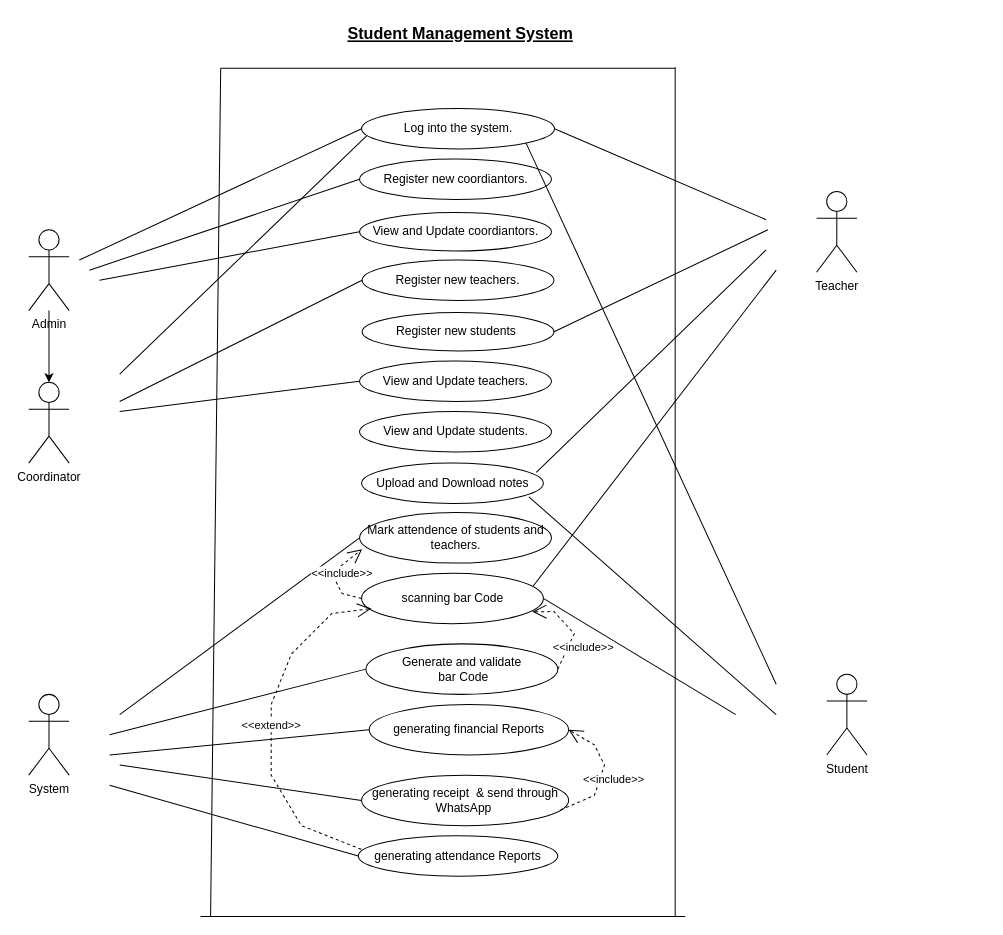
Before: UseCase.drawio in Dulara-Akalanka/Group-Software-Project, a draw.io diagram. Source tidied: cells renumbered, new cells numbered last; positions are measured from the earlier drawing's top-left corner, leaving out a move shared by most shapes. Both pictures are drawn from the tidied source at 101%, with x=0, y=0 at pixel (28, 17).
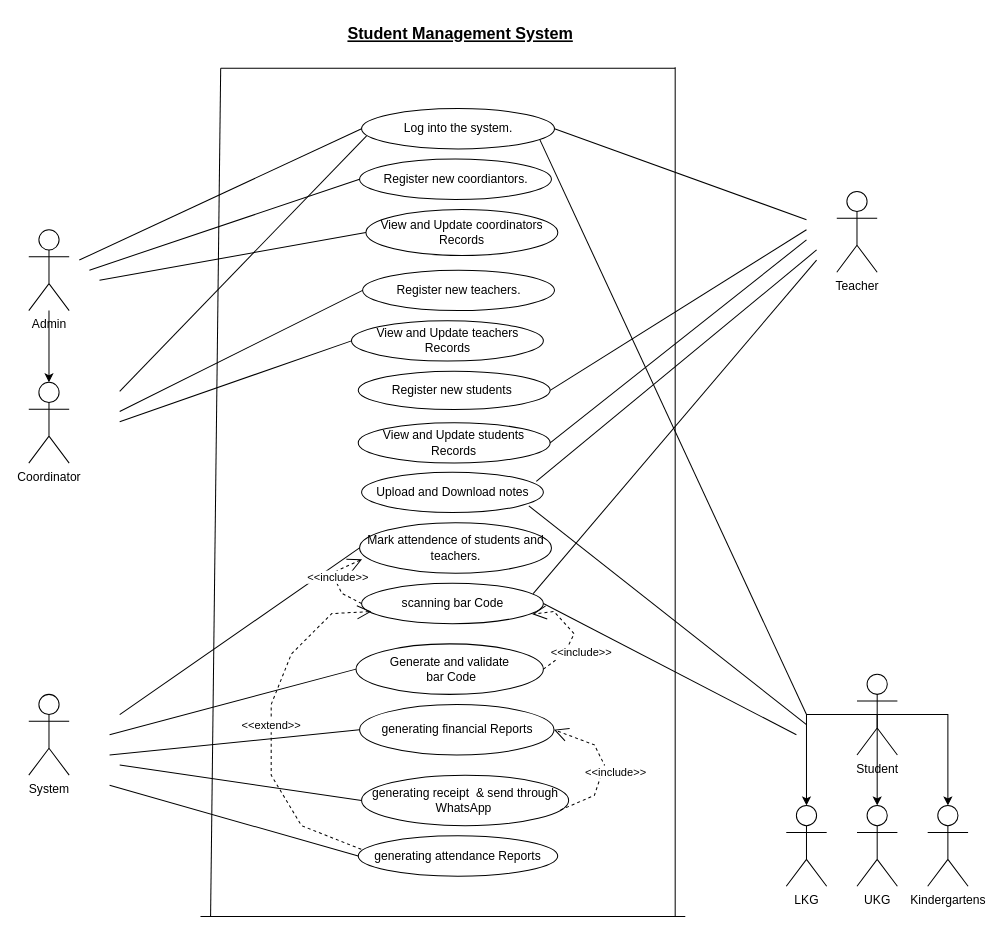
The same page after the edit.

Unchanged cells that the change refers to:
```xml
<mxCell id="11" value="Log into the system." style="ellipse;whiteSpace=wrap;html=1;" parent="1" vertex="1">
  <mxGeometry x="329.5" y="90" width="191" height="40" as="geometry" />
</mxCell>
```

What changed in the source:
```diff
@@
     <mxCell id="2" value="Teacher" style="shape=umlActor;verticalLabelPosition=bottom;verticalAlign=top;html=1;" parent="1" vertex="1">
-      <mxGeometry x="780" y="172" width="40" height="80" as="geometry" />
+      <mxGeometry x="800" y="172" width="40" height="80" as="geometry" />
     </mxCell>
     <mxCell id="3" value="scanning bar Code" style="ellipse;whiteSpace=wrap;html=1;" parent="1" vertex="1">
-      <mxGeometry x="329.5" y="550" width="180" height="50" as="geometry" />
+      <mxGeometry x="329.5" y="560" width="180" height="40" as="geometry" />
     </mxCell>
     <mxCell id="4" value="Generate and validate&lt;br&gt;&amp;nbsp;bar Code" style="ellipse;whiteSpace=wrap;html=1;" parent="1" vertex="1">
-      <mxGeometry x="333.8" y="620" width="190" height="50" as="geometry" />
+      <mxGeometry x="324" y="620" width="185.5" height="50" as="geometry" />
     </mxCell>
@@
     <mxCell id="9" style="endArrow=none;html=1;rounded=0;exitX=1;exitY=0.5;exitDx=0;exitDy=0;" parent="1" edge="1" source="3">
       <mxGeometry relative="1" as="geometry">
-        <mxPoint x="700" y="690" as="targetPoint" />
+        <mxPoint x="760" y="710" as="targetPoint" />
       </mxGeometry>
     </mxCell>
+    <mxCell id="49" style="edgeStyle=orthogonalEdgeStyle;rounded=0;jettySize=auto;html=1;exitX=0.5;exitY=0.5;exitDx=0;exitDy=0;exitPerimeter=0;" parent="1" edge="1" source="10" target="53">
+      <mxGeometry relative="1" as="geometry">
+        <Array as="points">
+          <mxPoint x="910" y="690" />
+        </Array>
+      </mxGeometry>
+    </mxCell>
+    <mxCell id="50" style="edgeStyle=orthogonalEdgeStyle;rounded=0;jettySize=auto;html=1;exitX=0.5;exitY=0.5;exitDx=0;exitDy=0;exitPerimeter=0;" parent="1" edge="1" source="10" target="54">
+      <mxGeometry relative="1" as="geometry">
+        <Array as="points">
+          <mxPoint x="770" y="690" />
+        </Array>
+      </mxGeometry>
+    </mxCell>
+    <mxCell id="51" style="edgeStyle=orthogonalEdgeStyle;rounded=0;jettySize=auto;html=1;exitX=0.5;exitY=0.5;exitDx=0;exitDy=0;exitPerimeter=0;" parent="1" edge="1" source="10" target="55">
+      <mxGeometry relative="1" as="geometry" />
+    </mxCell>
     <mxCell id="10" value="Student" style="shape=umlActor;verticalLabelPosition=bottom;verticalAlign=top;html=1;" parent="1" vertex="1">
-      <mxGeometry x="790" y="650" width="40" height="80" as="geometry" />
+      <mxGeometry x="820" y="650" width="40" height="80" as="geometry" />
     </mxCell>
@@
     <mxCell id="12" value="Register new teachers." style="ellipse;whiteSpace=wrap;html=1;" parent="1" vertex="1">
-      <mxGeometry x="330" y="240" width="190" height="40" as="geometry" />
+      <mxGeometry x="330.5" y="250" width="190" height="40" as="geometry" />
     </mxCell>
     <mxCell id="13" value="Mark attendence of students and teachers." style="ellipse;whiteSpace=wrap;html=1;" parent="1" vertex="1">
-      <mxGeometry x="327.5" y="490" width="190" height="50" as="geometry" />
+      <mxGeometry x="327.5" y="500" width="190" height="50" as="geometry" />
     </mxCell>
-    <mxCell id="14" value="View and Update teachers." style="ellipse;whiteSpace=wrap;html=1;" parent="1" vertex="1">
-      <mxGeometry x="327.5" y="340" width="190" height="40" as="geometry" />
+    <mxCell id="14" value="View and Update teachers Records" style="ellipse;whiteSpace=wrap;html=1;" parent="1" vertex="1">
+      <mxGeometry x="319.5" y="300" width="190" height="40" as="geometry" />
     </mxCell>
@@
     <mxCell id="16" style="endArrow=none;html=1;rounded=0;entryX=0;entryY=0.5;entryDx=0;entryDy=0;" parent="1" edge="1" target="12">
       <mxGeometry relative="1" as="geometry">
-        <mxPoint x="90" y="380" as="sourcePoint" />
+        <mxPoint x="90" y="390" as="sourcePoint" />
       </mxGeometry>
     </mxCell>
@@
     <mxCell id="18" style="endArrow=none;html=1;rounded=0;entryX=0;entryY=0.5;entryDx=0;entryDy=0;" parent="1" edge="1" target="14">
       <mxGeometry relative="1" as="geometry">
-        <mxPoint x="90" y="390" as="sourcePoint" />
+        <mxPoint x="90" y="400" as="sourcePoint" />
       </mxGeometry>
     </mxCell>
     <mxCell id="19" style="endArrow=none;html=1;rounded=0;exitX=0.944;exitY=0.255;exitDx=0;exitDy=0;exitPerimeter=0;" parent="1" edge="1" source="3">
       <mxGeometry relative="1" as="geometry">
-        <mxPoint x="740" y="250" as="targetPoint" />
+        <mxPoint x="780" y="240" as="targetPoint" />
       </mxGeometry>
     </mxCell>
@@
     <mxCell id="28" value="&amp;lt;&amp;lt;include&amp;gt;&amp;gt;" style="endArrow=open;endSize=12;dashed=1;html=1;rounded=0;exitX=1;exitY=0.5;exitDx=0;exitDy=0;entryX=0.939;entryY=0.765;entryDx=0;entryDy=0;entryPerimeter=0;" parent="1" edge="1" source="4" target="3">
       <mxGeometry x="-0.24" y="-10" relative="1" as="geometry">
         <Array as="points">
+          <mxPoint x="530" y="630" />
           <mxPoint x="540" y="610" />
           <mxPoint x="520" y="588" />
         </Array>
         <mxPoint x="2" y="6" as="offset" />
       </mxGeometry>
     </mxCell>
@@
-    <mxCell id="33" value="View and Update coordiantors." style="ellipse;whiteSpace=wrap;html=1;" parent="1" vertex="1">
-      <mxGeometry x="327.5" y="193" width="190" height="38" as="geometry" />
+    <mxCell id="33" value="View and Update coordinators Records" style="ellipse;whiteSpace=wrap;html=1;" parent="1" vertex="1">
+      <mxGeometry x="333.8" y="190" width="190" height="45.5" as="geometry" />
     </mxCell>
@@
     <mxCell id="35" style="endArrow=none;html=1;rounded=0;entryX=0.026;entryY=0.675;entryDx=0;entryDy=0;entryPerimeter=0;" parent="1" edge="1" target="11">
       <mxGeometry relative="1" as="geometry">
-        <mxPoint x="90" y="353" as="sourcePoint" />
+        <mxPoint x="90" y="370" as="sourcePoint" />
       </mxGeometry>
     </mxCell>
@@
     <mxCell id="39" style="endArrow=none;html=1;rounded=0;exitX=1;exitY=0.5;exitDx=0;exitDy=0;" parent="1" edge="1" source="11">
       <mxGeometry relative="1" as="geometry">
-        <mxPoint x="730" y="200" as="targetPoint" />
+        <mxPoint x="770" y="200" as="targetPoint" />
       </mxGeometry>
     </mxCell>
     <mxCell id="40" value="generating financial Reports" style="ellipse;whiteSpace=wrap;html=1;" parent="1" vertex="1">
-      <mxGeometry x="337" y="680" width="197.5" height="50" as="geometry" />
+      <mxGeometry x="327.5" y="680" width="192.5" height="50" as="geometry" />
     </mxCell>
@@
-    <mxCell id="42" style="endArrow=none;html=1;rounded=0;entryX=1;entryY=1;entryDx=0;entryDy=0;" parent="1" edge="1" target="11">
+    <mxCell id="42" style="endArrow=none;html=1;rounded=0;entryX=0.924;entryY=0.768;entryDx=0;entryDy=0;entryPerimeter=0;" parent="1" edge="1" target="11">
       <mxGeometry relative="1" as="geometry">
-        <mxPoint x="740" y="660" as="sourcePoint" />
+        <mxPoint x="770" y="690" as="sourcePoint" />
       </mxGeometry>
     </mxCell>
     <mxCell id="43" value="Upload and Download notes" style="ellipse;whiteSpace=wrap;html=1;" parent="1" vertex="1">
-      <mxGeometry x="329.5" y="441" width="180" height="40" as="geometry" />
+      <mxGeometry x="329.5" y="450" width="180" height="40" as="geometry" />
     </mxCell>
     <mxCell id="44" style="endArrow=none;html=1;rounded=0;exitX=0.92;exitY=0.835;exitDx=0;exitDy=0;exitPerimeter=0;" parent="1" edge="1" source="43">
       <mxGeometry relative="1" as="geometry">
-        <mxPoint x="740" y="690" as="targetPoint" />
+        <mxPoint x="770" y="700" as="targetPoint" />
       </mxGeometry>
     </mxCell>
     <mxCell id="45" style="endArrow=none;html=1;rounded=0;exitX=0.961;exitY=0.23;exitDx=0;exitDy=0;exitPerimeter=0;" parent="1" edge="1" source="43">
       <mxGeometry relative="1" as="geometry">
-        <mxPoint x="730" y="230" as="targetPoint" />
+        <mxPoint x="780" y="230" as="targetPoint" />
       </mxGeometry>
     </mxCell>
     <mxCell id="46" value="Register new students&amp;nbsp;" style="ellipse;whiteSpace=wrap;html=1;" parent="1" vertex="1">
-      <mxGeometry x="330" y="292" width="190" height="38" as="geometry" />
+      <mxGeometry x="326.2" y="350" width="190" height="38" as="geometry" />
     </mxCell>
     <mxCell id="47" style="endArrow=none;html=1;rounded=0;exitX=1;exitY=0.5;exitDx=0;exitDy=0;" parent="1" edge="1" source="46">
       <mxGeometry relative="1" as="geometry">
-        <mxPoint x="731.8" y="210" as="targetPoint" />
+        <mxPoint x="770" y="210" as="targetPoint" />
       </mxGeometry>
     </mxCell>
-    <mxCell id="48" value="View and Update students." style="ellipse;whiteSpace=wrap;html=1;" parent="1" vertex="1">
-      <mxGeometry x="327.5" y="390" width="190" height="40" as="geometry" />
+    <mxCell id="48" value="View and Update students &lt;br&gt;Records" style="ellipse;whiteSpace=wrap;html=1;" parent="1" vertex="1">
+      <mxGeometry x="326.2" y="401" width="190" height="40" as="geometry" />
     </mxCell>
+    <mxCell id="52" style="endArrow=none;html=1;rounded=0;exitX=1;exitY=0.5;exitDx=0;exitDy=0;" parent="1" edge="1" source="48">
+      <mxGeometry relative="1" as="geometry">
+        <mxPoint x="770" y="220" as="targetPoint" />
+      </mxGeometry>
+    </mxCell>
+    <mxCell id="53" value="Kindergartens" style="shape=umlActor;verticalLabelPosition=bottom;verticalAlign=top;html=1;" parent="1" vertex="1">
+      <mxGeometry x="890" y="780" width="40" height="80" as="geometry" />
+    </mxCell>
+    <mxCell id="54" value="LKG" style="shape=umlActor;verticalLabelPosition=bottom;verticalAlign=top;html=1;" parent="1" vertex="1">
+      <mxGeometry x="750" y="780" width="40" height="80" as="geometry" />
+    </mxCell>
+    <mxCell id="55" value="UKG" style="shape=umlActor;verticalLabelPosition=bottom;verticalAlign=top;html=1;" parent="1" vertex="1">
+      <mxGeometry x="820" y="780" width="40" height="80" as="geometry" />
+    </mxCell>
```
